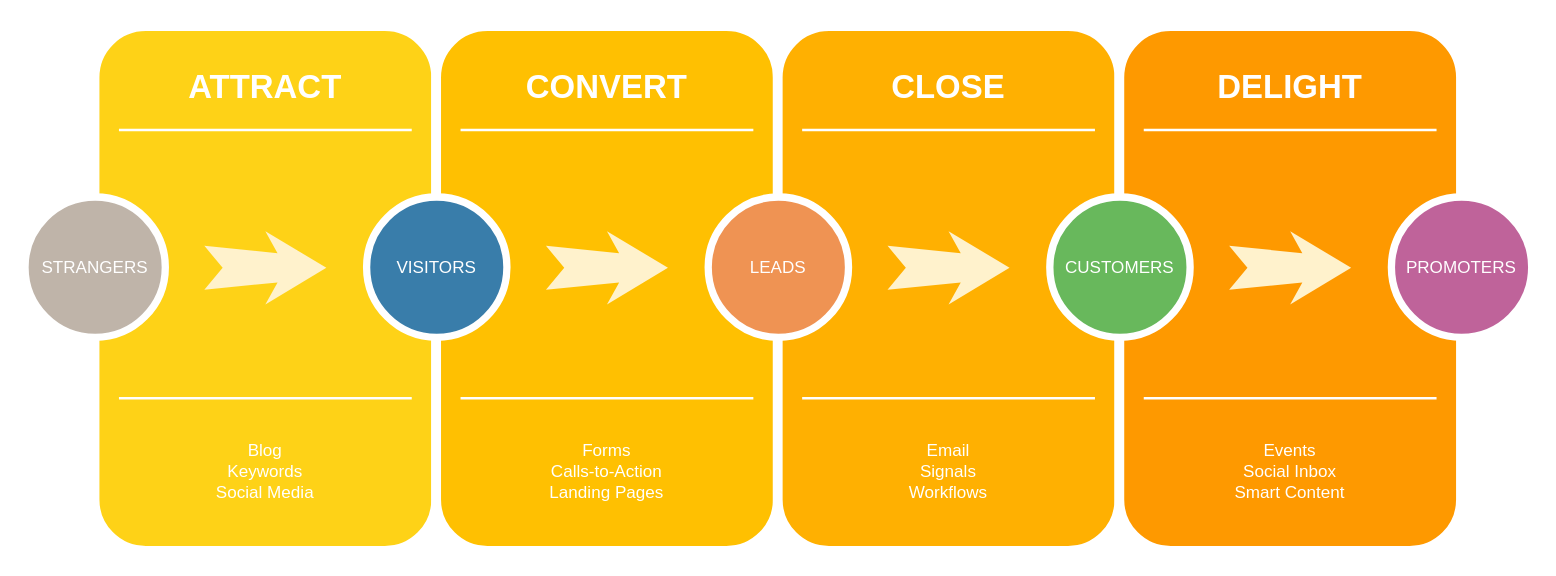
Above: Untitled Diagram.drawio in Arian-25/Development (draw.io), before the change. Source tidied: cells renumbered, new cells numbered last; positions are measured from the earlier drawing's top-left corner, leaving out a move shared by most shapes. Both pictures are drawn from the tidied source at 122%, with x=0, y=0 at pixel (24, 26).
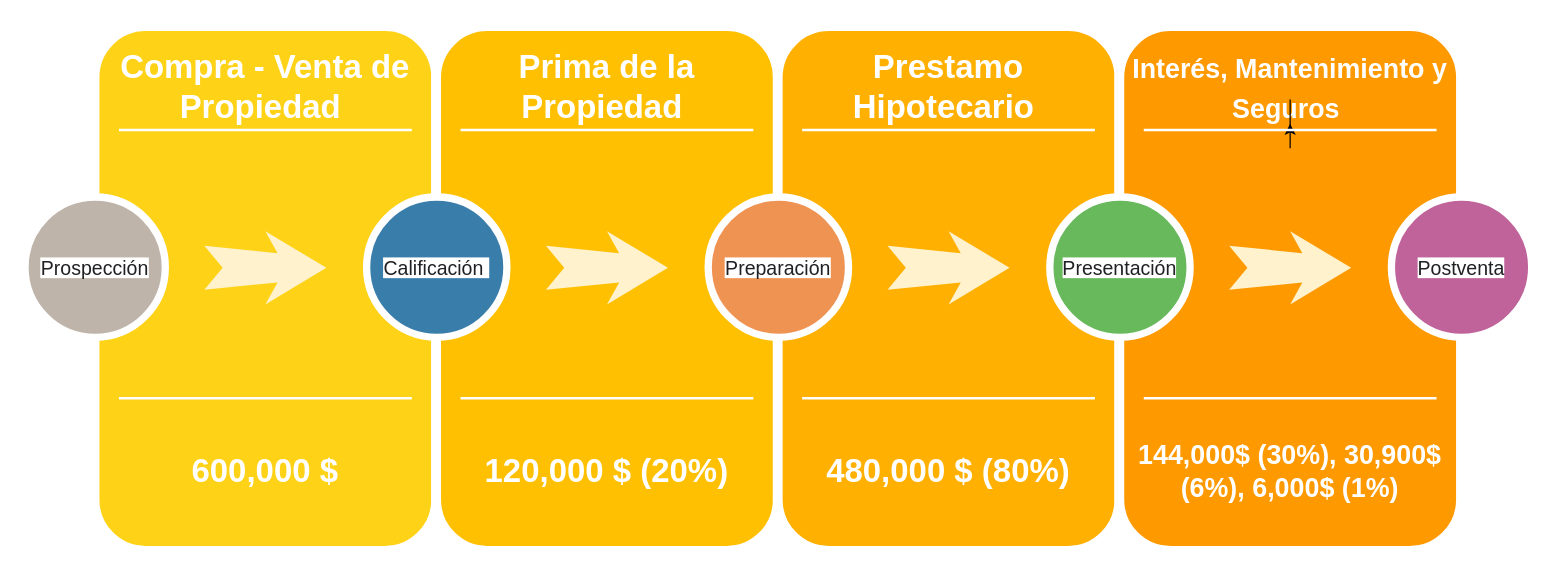
The same diagram, later.

Commit message:
Flowchart Compra-Venta

The change refers to these unchanged cells:
```xml
<mxCell id="26" style="line;strokeWidth=2;html=1;rounded=0;shadow=0;fontSize=27;align=center;fillColor=none;strokeColor=#FFFFFF;" parent="1" vertex="1">
  <mxGeometry x="917" y="80" width="240" height="10" as="geometry" />
</mxCell>
```

The edit, as a diff of the source:
```diff
@@
-    <mxCell id="3" value="ATTRACT" style="text;html=1;strokeColor=none;fillColor=none;align=center;verticalAlign=middle;whiteSpace=wrap;rounded=0;shadow=0;fontSize=27;fontColor=#FFFFFF;fontStyle=1;" parent="1" vertex="1">
+    <mxCell id="3" value="Compra - Venta de Propiedad&amp;nbsp;&lt;div id=&quot;SDCloudData&quot; style=&quot;display: none&quot;&gt;&lt;/div&gt;" style="text;html=1;strokeColor=none;fillColor=none;align=center;verticalAlign=middle;whiteSpace=wrap;rounded=0;shadow=0;fontSize=27;fontColor=#FFFFFF;fontStyle=1;" parent="1" vertex="1">
       <mxGeometry x="57" y="20" width="280" height="60" as="geometry" />
     </mxCell>
-    <mxCell id="4" value="Blog&lt;div&gt;Keywords&lt;/div&gt;&lt;div&gt;Social Media&lt;/div&gt;" style="text;html=1;strokeColor=none;fillColor=none;align=center;verticalAlign=middle;whiteSpace=wrap;rounded=0;shadow=0;fontSize=14;fontColor=#FFFFFF;" parent="1" vertex="1">
+    <mxCell id="4" value="&lt;span style=&quot;font-size: 27px ; font-weight: 700&quot;&gt;600,000 $&lt;/span&gt;" style="text;html=1;strokeColor=none;fillColor=none;align=center;verticalAlign=middle;whiteSpace=wrap;rounded=0;shadow=0;fontSize=14;fontColor=#FFFFFF;" parent="1" vertex="1">
       <mxGeometry x="57" y="320" width="280" height="90" as="geometry" />
     </mxCell>
@@
-    <mxCell id="7" value="STRANGERS" style="ellipse;whiteSpace=wrap;html=1;rounded=0;shadow=0;strokeWidth=6;fontSize=14;align=center;fillColor=#BFB4A9;strokeColor=#FFFFFF;fontColor=#FFFFFF;" parent="1" vertex="1">
+    <mxCell id="7" value="&lt;span style=&quot;color: rgb(32 , 33 , 36) ; font-family: &amp;#34;arial&amp;#34; , sans-serif ; font-size: 16px ; text-align: left ; background-color: rgb(255 , 255 , 255)&quot;&gt;Prospección&lt;/span&gt;" style="ellipse;whiteSpace=wrap;html=1;rounded=0;shadow=0;strokeWidth=6;fontSize=14;align=center;fillColor=#BFB4A9;strokeColor=#FFFFFF;fontColor=#FFFFFF;" parent="1" vertex="1">
       <mxGeometry y="140" width="115" height="115" as="geometry" />
     </mxCell>
@@
-    <mxCell id="10" value="CONVERT" style="text;html=1;strokeColor=none;fillColor=none;align=center;verticalAlign=middle;whiteSpace=wrap;rounded=0;shadow=0;fontSize=27;fontColor=#FFFFFF;fontStyle=1;" parent="1" vertex="1">
+    <mxCell id="10" value="Prima de la Propiedad&amp;nbsp;&lt;div id=&quot;SDCloudData&quot; style=&quot;display: none&quot;&gt;&lt;/div&gt;" style="text;html=1;strokeColor=none;fillColor=none;align=center;verticalAlign=middle;whiteSpace=wrap;rounded=0;shadow=0;fontSize=27;fontColor=#FFFFFF;fontStyle=1;" parent="1" vertex="1">
       <mxGeometry x="337" y="20" width="280" height="60" as="geometry" />
     </mxCell>
-    <mxCell id="11" value="Forms&lt;div&gt;Calls-to-Action&lt;/div&gt;&lt;div&gt;Landing Pages&lt;/div&gt;" style="text;html=1;strokeColor=none;fillColor=none;align=center;verticalAlign=middle;whiteSpace=wrap;rounded=0;shadow=0;fontSize=14;fontColor=#FFFFFF;" parent="1" vertex="1">
+    <mxCell id="11" value="&lt;span style=&quot;font-size: 27px ; font-weight: 700&quot;&gt;120,000 $ (20%)&lt;/span&gt;" style="text;html=1;strokeColor=none;fillColor=none;align=center;verticalAlign=middle;whiteSpace=wrap;rounded=0;shadow=0;fontSize=14;fontColor=#FFFFFF;" parent="1" vertex="1">
       <mxGeometry x="337" y="320" width="280" height="90" as="geometry" />
     </mxCell>
@@
-    <mxCell id="14" value="VISITORS" style="ellipse;whiteSpace=wrap;html=1;rounded=0;shadow=0;strokeWidth=6;fontSize=14;align=center;fillColor=#397DAA;strokeColor=#FFFFFF;fontColor=#FFFFFF;" parent="1" vertex="1">
+    <mxCell id="14" value="&lt;span style=&quot;color: rgb(32 , 33 , 36) ; font-family: &amp;#34;arial&amp;#34; , sans-serif ; font-size: 16px ; text-align: left ; background-color: rgb(255 , 255 , 255)&quot;&gt;Calificación&amp;nbsp;&lt;/span&gt;" style="ellipse;whiteSpace=wrap;html=1;rounded=0;shadow=0;strokeWidth=6;fontSize=14;align=center;fillColor=#397DAA;strokeColor=#FFFFFF;fontColor=#FFFFFF;" parent="1" vertex="1">
       <mxGeometry x="280" y="140" width="115" height="115" as="geometry" />
     </mxCell>
@@
-    <mxCell id="17" value="CLOSE" style="text;html=1;strokeColor=none;fillColor=none;align=center;verticalAlign=middle;whiteSpace=wrap;rounded=0;shadow=0;fontSize=27;fontColor=#FFFFFF;fontStyle=1;" parent="1" vertex="1">
+    <mxCell id="17" value="Prestamo Hipotecario&amp;nbsp;&lt;div id=&quot;SDCloudData&quot; style=&quot;display: none&quot;&gt;&lt;/div&gt;" style="text;html=1;strokeColor=none;fillColor=none;align=center;verticalAlign=middle;whiteSpace=wrap;rounded=0;shadow=0;fontSize=27;fontColor=#FFFFFF;fontStyle=1;" parent="1" vertex="1">
       <mxGeometry x="617" y="20" width="280" height="60" as="geometry" />
     </mxCell>
-    <mxCell id="18" value="Email&lt;div&gt;Signals&lt;/div&gt;&lt;div&gt;Workflows&lt;/div&gt;" style="text;html=1;strokeColor=none;fillColor=none;align=center;verticalAlign=middle;whiteSpace=wrap;rounded=0;shadow=0;fontSize=14;fontColor=#FFFFFF;" parent="1" vertex="1">
+    <mxCell id="18" value="&lt;span style=&quot;font-size: 27px ; font-weight: 700&quot;&gt;480,000 $ (80%)&lt;/span&gt;" style="text;html=1;strokeColor=none;fillColor=none;align=center;verticalAlign=middle;whiteSpace=wrap;rounded=0;shadow=0;fontSize=14;fontColor=#FFFFFF;" parent="1" vertex="1">
       <mxGeometry x="617" y="320" width="280" height="90" as="geometry" />
     </mxCell>
@@
-    <mxCell id="21" value="LEADS" style="ellipse;whiteSpace=wrap;html=1;rounded=0;shadow=0;strokeWidth=6;fontSize=14;align=center;fillColor=#EF9353;strokeColor=#FFFFFF;fontColor=#FFFFFF;" parent="1" vertex="1">
+    <mxCell id="21" value="&lt;span style=&quot;color: rgb(32 , 33 , 36) ; font-family: &amp;#34;arial&amp;#34; , sans-serif ; font-size: 16px ; text-align: left ; background-color: rgb(255 , 255 , 255)&quot;&gt;Preparación&lt;/span&gt;" style="ellipse;whiteSpace=wrap;html=1;rounded=0;shadow=0;strokeWidth=6;fontSize=14;align=center;fillColor=#EF9353;strokeColor=#FFFFFF;fontColor=#FFFFFF;" parent="1" vertex="1">
       <mxGeometry x="560" y="140" width="115" height="115" as="geometry" />
     </mxCell>
@@
-    <mxCell id="24" value="DELIGHT" style="text;html=1;strokeColor=none;fillColor=none;align=center;verticalAlign=middle;whiteSpace=wrap;rounded=0;shadow=0;fontSize=27;fontColor=#FFFFFF;fontStyle=1;" parent="1" vertex="1">
+    <mxCell id="24" value="&lt;font style=&quot;font-size: 22px&quot;&gt;Interés, Mantenimiento y Seguros&amp;nbsp;&lt;/font&gt;" style="text;html=1;strokeColor=none;fillColor=none;align=center;verticalAlign=middle;whiteSpace=wrap;rounded=0;shadow=0;fontSize=27;fontColor=#FFFFFF;fontStyle=1;" parent="1" vertex="1">
       <mxGeometry x="897" y="20" width="280" height="60" as="geometry" />
     </mxCell>
-    <mxCell id="25" value="Events&lt;div&gt;Social Inbox&lt;/div&gt;&lt;div&gt;Smart Content&lt;/div&gt;" style="text;html=1;strokeColor=none;fillColor=none;align=center;verticalAlign=middle;whiteSpace=wrap;rounded=0;shadow=0;fontSize=14;fontColor=#FFFFFF;" parent="1" vertex="1">
+    <mxCell id="25" value="&lt;span style=&quot;font-weight: 700&quot;&gt;&lt;font style=&quot;font-size: 22px&quot;&gt;144,000$ (30%), 30,900$ (6%), 6,000$ (1%)&lt;/font&gt;&lt;/span&gt;" style="text;html=1;strokeColor=none;fillColor=none;align=center;verticalAlign=middle;whiteSpace=wrap;rounded=0;shadow=0;fontSize=14;fontColor=#FFFFFF;" parent="1" vertex="1">
       <mxGeometry x="897" y="320" width="280" height="90" as="geometry" />
     </mxCell>
+    <mxCell id="31" style="edgeStyle=orthogonalEdgeStyle;rounded=0;jettySize=auto;html=1;" parent="1" edge="1" source="26" target="24">
+      <mxGeometry relative="1" as="geometry" />
+    </mxCell>
@@
-    <mxCell id="28" value="CUSTOMERS" style="ellipse;whiteSpace=wrap;html=1;rounded=0;shadow=0;strokeWidth=6;fontSize=14;align=center;fillColor=#68B85C;strokeColor=#FFFFFF;fontColor=#FFFFFF;" parent="1" vertex="1">
+    <mxCell id="28" value="&lt;span style=&quot;color: rgb(32 , 33 , 36) ; font-family: &amp;#34;arial&amp;#34; , sans-serif ; font-size: 16px ; text-align: left ; background-color: rgb(255 , 255 , 255)&quot;&gt;Presentación&lt;/span&gt;" style="ellipse;whiteSpace=wrap;html=1;rounded=0;shadow=0;strokeWidth=6;fontSize=14;align=center;fillColor=#68B85C;strokeColor=#FFFFFF;fontColor=#FFFFFF;" parent="1" vertex="1">
       <mxGeometry x="840" y="140" width="115" height="115" as="geometry" />
     </mxCell>
@@
-    <mxCell id="30" value="PROMOTERS" style="ellipse;whiteSpace=wrap;html=1;rounded=0;shadow=0;strokeWidth=6;fontSize=14;align=center;fillColor=#BF639A;strokeColor=#FFFFFF;fontColor=#FFFFFF;" parent="1" vertex="1">
+    <mxCell id="30" value="&lt;span style=&quot;color: rgb(32 , 33 , 36) ; font-family: &amp;#34;arial&amp;#34; , sans-serif ; font-size: 16px ; text-align: left ; background-color: rgb(255 , 255 , 255)&quot;&gt;Postventa&lt;/span&gt;" style="ellipse;whiteSpace=wrap;html=1;rounded=0;shadow=0;strokeWidth=6;fontSize=14;align=center;fillColor=#BF639A;strokeColor=#FFFFFF;fontColor=#FFFFFF;" parent="1" vertex="1">
       <mxGeometry x="1120" y="140" width="115" height="115" as="geometry" />
     </mxCell>
```
